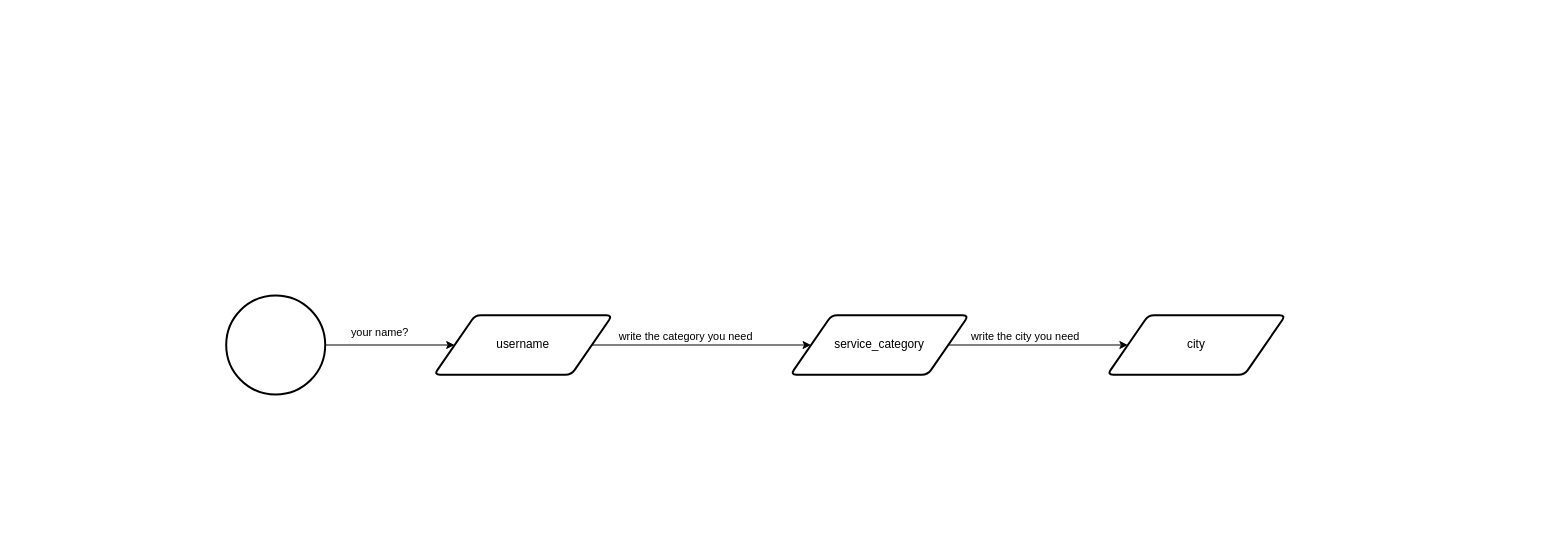
Before: demo_flowchart.drawio in Axoncodes/integrate-drawio-flowchart-and-python, a draw.io diagram. Source tidied: cells renumbered, new cells numbered last; positions are measured from the earlier drawing's top-left corner, leaving out a move shared by most shapes. Both pictures are drawn from the tidied source at 99%, with x=0, y=0 at pixel (226, 295).
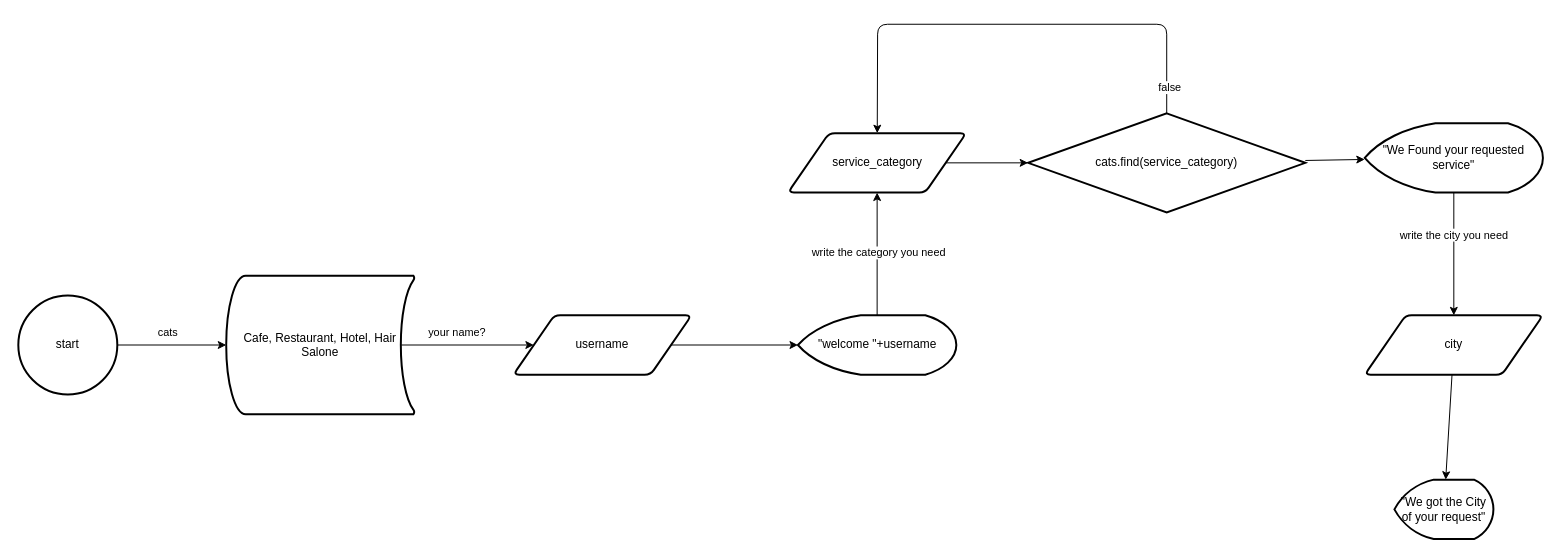
After the change.

Change to the diagram source:
```diff
@@
+    <mxCell id="12" style="edgeStyle=none;html=1;" parent="1" edge="1" source="2" target="22">
+      <mxGeometry relative="1" as="geometry" />
+    </mxCell>
     <mxCell id="2" value="service_category" style="shape=parallelogram;html=1;strokeWidth=2;perimeter=parallelogramPerimeter;whiteSpace=wrap;rounded=1;arcSize=12;size=0.23;" parent="1" vertex="1">
-      <mxGeometry x="570" y="20" width="180" height="60" as="geometry" />
+      <mxGeometry x="567.5" y="-164" width="180" height="60" as="geometry" />
     </mxCell>
-    <mxCell id="3" style="edgeStyle=none;html=1;" parent="1" edge="1" source="11" target="2">
+    <mxCell id="3" style="edgeStyle=none;html=1;" parent="1" edge="1" source="17" target="2">
       <mxGeometry relative="1" as="geometry" />
     </mxCell>
@@
+    <mxCell id="13" style="edgeStyle=none;html=1;" parent="1" edge="1" source="5" target="24">
+      <mxGeometry relative="1" as="geometry" />
+    </mxCell>
     <mxCell id="5" value="city" style="shape=parallelogram;html=1;strokeWidth=2;perimeter=parallelogramPerimeter;whiteSpace=wrap;rounded=1;arcSize=12;size=0.23;" parent="1" vertex="1">
-      <mxGeometry x="890" y="20" width="180" height="60" as="geometry" />
+      <mxGeometry x="1150" y="20" width="180" height="60" as="geometry" />
     </mxCell>
-    <mxCell id="6" style="edgeStyle=none;html=1;" parent="1" edge="1" source="2" target="5">
+    <mxCell id="6" style="edgeStyle=none;html=1;" parent="1" edge="1" source="23" target="5">
       <mxGeometry relative="1" as="geometry" />
     </mxCell>
@@
-    <mxCell id="8" style="edgeStyle=none;html=1;" parent="1" edge="1" source="10" target="11">
+    <mxCell id="8" style="edgeStyle=none;html=1;exitX=0.93;exitY=0.5;exitDx=0;exitDy=0;exitPerimeter=0;" parent="1" edge="1" source="18" target="11">
       <mxGeometry relative="1" as="geometry" />
     </mxCell>
@@
+    <mxCell id="14" style="edgeStyle=none;html=1;" parent="1" edge="1" source="10" target="18">
+      <mxGeometry relative="1" as="geometry" />
+    </mxCell>
+    <mxCell id="15" value="cats" style="edgeLabel;html=1;align=center;verticalAlign=middle;" parent="14" vertex="1">
+      <mxGeometry x="-0.25" y="1" relative="1" as="geometry">
+        <mxPoint x="9" y="-13" as="offset" />
+      </mxGeometry>
+    </mxCell>
-    <mxCell id="10" style="strokeWidth=2;html=1;shape=mxgraph.flowchart.start_2;whiteSpace=wrap;" parent="1" vertex="1">
-      <mxGeometry width="100" height="100" as="geometry" />
+    <mxCell id="10" value="start" style="strokeWidth=2;html=1;shape=mxgraph.flowchart.start_2;whiteSpace=wrap;" parent="1" vertex="1">
+      <mxGeometry x="-210" width="100" height="100" as="geometry" />
     </mxCell>
+    <mxCell id="16" style="edgeStyle=none;html=1;" parent="1" edge="1" source="11" target="17">
+      <mxGeometry relative="1" as="geometry" />
+    </mxCell>
     <mxCell id="11" value="username" style="shape=parallelogram;html=1;strokeWidth=2;perimeter=parallelogramPerimeter;whiteSpace=wrap;rounded=1;arcSize=12;size=0.23;" parent="1" vertex="1">
-      <mxGeometry x="210" y="20" width="180" height="60" as="geometry" />
+      <mxGeometry x="290" y="20" width="180" height="60" as="geometry" />
     </mxCell>
+    <mxCell id="17" value="&quot;welcome &quot;+username" style="strokeWidth=2;html=1;shape=mxgraph.flowchart.display;whiteSpace=wrap;" parent="1" vertex="1">
+      <mxGeometry x="577.5" y="20" width="160" height="60" as="geometry" />
+    </mxCell>
+    <mxCell id="18" value="Cafe, Restaurant, Hotel, Hair Salone" style="strokeWidth=2;html=1;shape=mxgraph.flowchart.stored_data;whiteSpace=wrap;" parent="1" vertex="1">
+      <mxGeometry y="-20" width="190" height="140" as="geometry" />
+    </mxCell>
+    <mxCell id="19" style="edgeStyle=none;html=1;exitX=0.5;exitY=0;exitDx=0;exitDy=0;exitPerimeter=0;" parent="1" edge="1" source="22" target="2">
+      <mxGeometry relative="1" as="geometry">
+        <Array as="points">
+          <mxPoint x="950" y="-274" />
+          <mxPoint x="658" y="-274" />
+        </Array>
+      </mxGeometry>
+    </mxCell>
+    <mxCell id="20" value="false" style="edgeLabel;html=1;align=center;verticalAlign=middle;" parent="19" vertex="1">
+      <mxGeometry x="-0.89" y="-2" relative="1" as="geometry" />
+    </mxCell>
+    <mxCell id="21" style="edgeStyle=none;html=1;" parent="1" edge="1" source="22" target="23">
+      <mxGeometry relative="1" as="geometry" />
+    </mxCell>
+    <mxCell id="22" value="cats.find(service_category)" style="strokeWidth=2;html=1;shape=mxgraph.flowchart.decision;whiteSpace=wrap;" parent="1" vertex="1">
+      <mxGeometry x="810" y="-184" width="280" height="100" as="geometry" />
+    </mxCell>
+    <mxCell id="23" value="&quot;We Found your requested service&quot;" style="strokeWidth=2;html=1;shape=mxgraph.flowchart.display;whiteSpace=wrap;" parent="1" vertex="1">
+      <mxGeometry x="1150" y="-174" width="180" height="70" as="geometry" />
+    </mxCell>
+    <mxCell id="24" value="&quot;We got the City of your request&quot;" style="strokeWidth=2;html=1;shape=mxgraph.flowchart.display;whiteSpace=wrap;" parent="1" vertex="1">
+      <mxGeometry x="1180" y="186" width="100" height="60" as="geometry" />
+    </mxCell>
```
